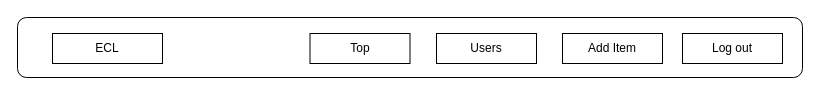
ecl11/ECL keeps this draw.io diagram as ワイヤーフレーム/admin/admin_header.drawio. Above is the earlier version. Source tidied: cells renumbered, new cells numbered last; positions are measured from the earlier drawing's top-left corner, leaving out a move shared by most shapes. Both pictures are drawn from the tidied source at 100%, with x=0, y=0 at pixel (17, 17).
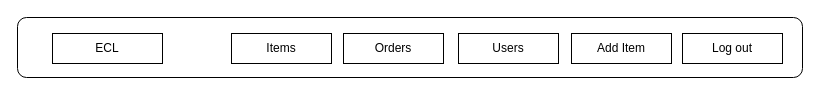
Above is the later version.

Commit message:
商品一覧画面、受注一覧画面を追加しました。

Change to the diagram source:
```diff
@@
 <mxGraphModel>
   <root>
     <mxCell id="0" />
     <mxCell id="1" parent="0" />
     <mxCell id="2" style="rounded=1;whiteSpace=wrap;html=1;" parent="1" vertex="1">
       <mxGeometry width="785" height="60" as="geometry" />
     </mxCell>
     <mxCell id="3" value="ECL" style="rounded=0;whiteSpace=wrap;html=1;" parent="1" vertex="1">
       <mxGeometry x="35" y="16" width="110" height="30" as="geometry" />
     </mxCell>
-    <mxCell id="4" value="Top" style="rounded=0;whiteSpace=wrap;html=1;" parent="1" vertex="1">
-      <mxGeometry x="292.5" y="16" width="100" height="30" as="geometry" />
+    <mxCell id="4" value="Orders&lt;br&gt;" style="rounded=0;whiteSpace=wrap;html=1;" parent="1" vertex="1">
+      <mxGeometry x="326" y="16" width="100" height="30" as="geometry" />
     </mxCell>
     <mxCell id="5" value="Add Item" style="rounded=0;whiteSpace=wrap;html=1;" parent="1" vertex="1">
-      <mxGeometry x="545" y="16" width="100" height="30" as="geometry" />
+      <mxGeometry x="554" y="16" width="100" height="30" as="geometry" />
     </mxCell>
     <mxCell id="6" value="Log out" style="rounded=0;whiteSpace=wrap;html=1;" parent="1" vertex="1">
       <mxGeometry x="665" y="16" width="100" height="30" as="geometry" />
     </mxCell>
     <mxCell id="7" value="Users" style="rounded=0;whiteSpace=wrap;html=1;" parent="1" vertex="1">
-      <mxGeometry x="419" y="16" width="100" height="30" as="geometry" />
+      <mxGeometry x="441" y="16" width="100" height="30" as="geometry" />
     </mxCell>
+    <mxCell id="8" value="Items" style="rounded=0;whiteSpace=wrap;html=1;" parent="1" vertex="1">
+      <mxGeometry x="214" y="16" width="100" height="30" as="geometry" />
+    </mxCell>
   </root>
 </mxGraphModel>
```
